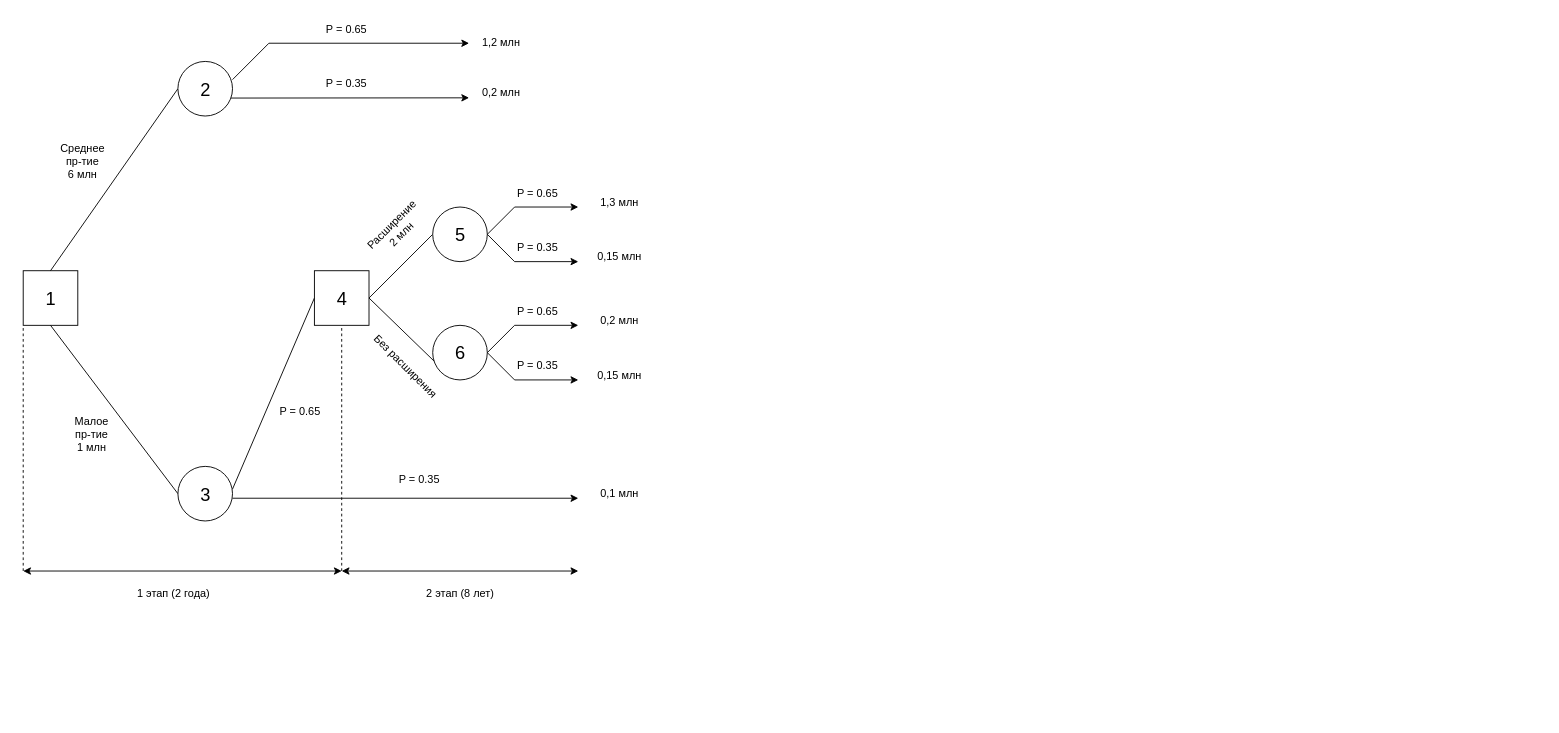
Before: Диаграмма без названия.drawio in evgeniy-strel/memoji, a draw.io diagram. Source tidied: cells renumbered, new cells numbered last; positions are measured from the earlier drawing's top-left corner, leaving out a move shared by most shapes. Both pictures are drawn from the tidied source at 91%, with x=0, y=0 at pixel (23, 15).
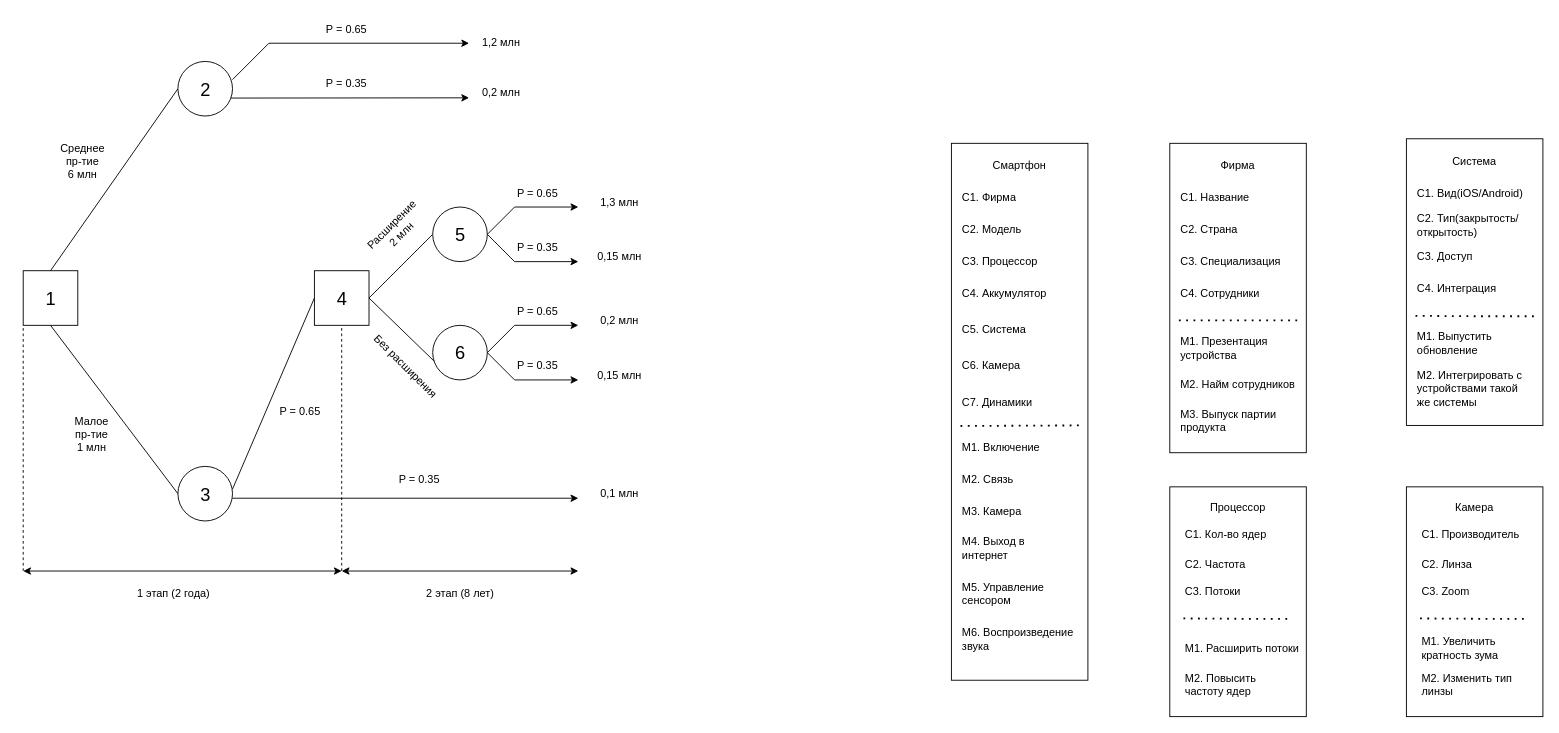
The same page after the edit.

What changed in the source:
```diff
@@
+    <mxCell id="51" style="rounded=0;whiteSpace=wrap;html=1;" parent="1" vertex="1">
+      <mxGeometry x="1020" y="140" width="150" height="590" as="geometry" />
+    </mxCell>
+    <mxCell id="52" value="Смартфон" style="text;html=1;strokeColor=none;fillColor=none;align=center;verticalAlign=middle;whiteSpace=wrap;rounded=0;" parent="1" vertex="1">
+      <mxGeometry x="1065" y="150" width="60" height="30" as="geometry" />
+    </mxCell>
+    <mxCell id="53" value="C1. Фирма" style="text;html=1;strokeColor=none;fillColor=none;align=left;verticalAlign=middle;whiteSpace=wrap;rounded=0;" parent="1" vertex="1">
+      <mxGeometry x="1030" y="185" width="90" height="30" as="geometry" />
+    </mxCell>
+    <mxCell id="54" value="C2. Модель" style="text;html=1;strokeColor=none;fillColor=none;align=left;verticalAlign=middle;whiteSpace=wrap;rounded=0;" parent="1" vertex="1">
+      <mxGeometry x="1030" y="220" width="90" height="30" as="geometry" />
+    </mxCell>
+    <mxCell id="55" value="C3. Процессор" style="text;html=1;strokeColor=none;fillColor=none;align=left;verticalAlign=middle;whiteSpace=wrap;rounded=0;" parent="1" vertex="1">
+      <mxGeometry x="1030" y="255" width="115" height="30" as="geometry" />
+    </mxCell>
+    <mxCell id="56" value="C5. Система" style="text;html=1;strokeColor=none;fillColor=none;align=left;verticalAlign=middle;whiteSpace=wrap;rounded=0;" parent="1" vertex="1">
+      <mxGeometry x="1030" y="330" width="115" height="30" as="geometry" />
+    </mxCell>
+    <mxCell id="57" value="C4. Аккумулятор" style="text;html=1;strokeColor=none;fillColor=none;align=left;verticalAlign=middle;whiteSpace=wrap;rounded=0;" parent="1" vertex="1">
+      <mxGeometry x="1030" y="290" width="115" height="30" as="geometry" />
+    </mxCell>
+    <mxCell id="58" value="C6. Камера" style="text;html=1;strokeColor=none;fillColor=none;align=left;verticalAlign=middle;whiteSpace=wrap;rounded=0;" parent="1" vertex="1">
+      <mxGeometry x="1030" y="370" width="115" height="30" as="geometry" />
+    </mxCell>
+    <mxCell id="59" value="C7. Динамики" style="text;html=1;strokeColor=none;fillColor=none;align=left;verticalAlign=middle;whiteSpace=wrap;rounded=0;" parent="1" vertex="1">
+      <mxGeometry x="1030" y="410" width="115" height="30" as="geometry" />
+    </mxCell>
+    <mxCell id="60" style="rounded=0;whiteSpace=wrap;html=1;" parent="1" vertex="1">
+      <mxGeometry x="1260" y="140" width="150" height="340" as="geometry" />
+    </mxCell>
+    <mxCell id="61" value="Фирма" style="text;html=1;strokeColor=none;fillColor=none;align=center;verticalAlign=middle;whiteSpace=wrap;rounded=0;" parent="1" vertex="1">
+      <mxGeometry x="1305" y="150" width="60" height="30" as="geometry" />
+    </mxCell>
+    <mxCell id="62" value="C1. Название" style="text;html=1;strokeColor=none;fillColor=none;align=left;verticalAlign=middle;whiteSpace=wrap;rounded=0;" parent="1" vertex="1">
+      <mxGeometry x="1270" y="185" width="90" height="30" as="geometry" />
+    </mxCell>
+    <mxCell id="63" value="C2. Страна" style="text;html=1;strokeColor=none;fillColor=none;align=left;verticalAlign=middle;whiteSpace=wrap;rounded=0;" parent="1" vertex="1">
+      <mxGeometry x="1270" y="220" width="90" height="30" as="geometry" />
+    </mxCell>
+    <mxCell id="64" value="C3. Специализация" style="text;html=1;strokeColor=none;fillColor=none;align=left;verticalAlign=middle;whiteSpace=wrap;rounded=0;" parent="1" vertex="1">
+      <mxGeometry x="1270" y="255" width="115" height="30" as="geometry" />
+    </mxCell>
+    <mxCell id="65" value="C4. Сотрудники" style="text;html=1;strokeColor=none;fillColor=none;align=left;verticalAlign=middle;whiteSpace=wrap;rounded=0;" parent="1" vertex="1">
+      <mxGeometry x="1270" y="290" width="130" height="30" as="geometry" />
+    </mxCell>
+    <mxCell id="66" value="M1. Презентация устройства" style="text;html=1;strokeColor=none;fillColor=none;align=left;verticalAlign=middle;whiteSpace=wrap;rounded=0;" parent="1" vertex="1">
+      <mxGeometry x="1270" y="350" width="130" height="30" as="geometry" />
+    </mxCell>
+    <mxCell id="67" value="M2. Найм сотрудников" style="text;html=1;strokeColor=none;fillColor=none;align=left;verticalAlign=middle;whiteSpace=wrap;rounded=0;" parent="1" vertex="1">
+      <mxGeometry x="1270" y="390" width="130" height="30" as="geometry" />
+    </mxCell>
+    <mxCell id="68" value="M3. Выпуск партии продукта&amp;nbsp;" style="text;html=1;strokeColor=none;fillColor=none;align=left;verticalAlign=middle;whiteSpace=wrap;rounded=0;" parent="1" vertex="1">
+      <mxGeometry x="1270" y="430" width="130" height="30" as="geometry" />
+    </mxCell>
+    <mxCell id="69" style="endArrow=none;dashed=1;html=1;dashPattern=1 3;strokeWidth=2;rounded=0;entryX=0.933;entryY=0.572;entryDx=0;entryDy=0;entryPerimeter=0;" parent="1" edge="1" target="60">
+      <mxGeometry relative="1" as="geometry">
+        <mxPoint x="1270" y="334.6" as="sourcePoint" />
+      </mxGeometry>
+    </mxCell>
+    <mxCell id="70" value="M1. Включение" style="text;html=1;strokeColor=none;fillColor=none;align=left;verticalAlign=middle;whiteSpace=wrap;rounded=0;" parent="1" vertex="1">
+      <mxGeometry x="1030" y="460" width="115" height="30" as="geometry" />
+    </mxCell>
+    <mxCell id="71" value="M2. Связь" style="text;html=1;strokeColor=none;fillColor=none;align=left;verticalAlign=middle;whiteSpace=wrap;rounded=0;" parent="1" vertex="1">
+      <mxGeometry x="1030" y="495" width="115" height="30" as="geometry" />
+    </mxCell>
+    <mxCell id="72" value="M3. Камера" style="text;html=1;strokeColor=none;fillColor=none;align=left;verticalAlign=middle;whiteSpace=wrap;rounded=0;" parent="1" vertex="1">
+      <mxGeometry x="1030" y="530" width="115" height="30" as="geometry" />
+    </mxCell>
+    <mxCell id="73" value="M4. Выход в интернет" style="text;html=1;strokeColor=none;fillColor=none;align=left;verticalAlign=middle;whiteSpace=wrap;rounded=0;" parent="1" vertex="1">
+      <mxGeometry x="1030" y="570" width="115" height="30" as="geometry" />
+    </mxCell>
+    <mxCell id="74" value="M5. Управление сенсором" style="text;html=1;strokeColor=none;fillColor=none;align=left;verticalAlign=middle;whiteSpace=wrap;rounded=0;" parent="1" vertex="1">
+      <mxGeometry x="1030" y="620" width="115" height="30" as="geometry" />
+    </mxCell>
+    <mxCell id="75" style="endArrow=none;dashed=1;html=1;dashPattern=1 3;strokeWidth=2;rounded=0;entryX=0.933;entryY=0.572;entryDx=0;entryDy=0;entryPerimeter=0;" parent="1" edge="1">
+      <mxGeometry relative="1" as="geometry">
+        <mxPoint x="1030" y="450.6" as="sourcePoint" />
+        <mxPoint x="1160" y="450" as="targetPoint" />
+      </mxGeometry>
+    </mxCell>
+    <mxCell id="76" style="rounded=0;whiteSpace=wrap;html=1;" parent="1" vertex="1">
+      <mxGeometry x="1520" y="135" width="150" height="315" as="geometry" />
+    </mxCell>
+    <mxCell id="77" value="Система" style="text;html=1;strokeColor=none;fillColor=none;align=center;verticalAlign=middle;whiteSpace=wrap;rounded=0;" parent="1" vertex="1">
+      <mxGeometry x="1565" y="145" width="60" height="30" as="geometry" />
+    </mxCell>
+    <mxCell id="78" value="C1. Вид(iOS/Android)" style="text;html=1;strokeColor=none;fillColor=none;align=left;verticalAlign=middle;whiteSpace=wrap;rounded=0;" parent="1" vertex="1">
+      <mxGeometry x="1530" y="180" width="120" height="30" as="geometry" />
+    </mxCell>
+    <mxCell id="79" value="C2. Тип(закрытость/открытость)" style="text;html=1;strokeColor=none;fillColor=none;align=left;verticalAlign=middle;whiteSpace=wrap;rounded=0;" parent="1" vertex="1">
+      <mxGeometry x="1530" y="215" width="130" height="30" as="geometry" />
+    </mxCell>
+    <mxCell id="80" value="C3. Доступ" style="text;html=1;strokeColor=none;fillColor=none;align=left;verticalAlign=middle;whiteSpace=wrap;rounded=0;" parent="1" vertex="1">
+      <mxGeometry x="1530" y="250" width="115" height="30" as="geometry" />
+    </mxCell>
+    <mxCell id="81" value="C4. Интеграция" style="text;html=1;strokeColor=none;fillColor=none;align=left;verticalAlign=middle;whiteSpace=wrap;rounded=0;" parent="1" vertex="1">
+      <mxGeometry x="1530" y="285" width="130" height="30" as="geometry" />
+    </mxCell>
+    <mxCell id="82" value="M1. Выпустить обновление" style="text;html=1;strokeColor=none;fillColor=none;align=left;verticalAlign=middle;whiteSpace=wrap;rounded=0;" parent="1" vertex="1">
+      <mxGeometry x="1530" y="345" width="130" height="30" as="geometry" />
+    </mxCell>
+    <mxCell id="83" value="M2. Интегрировать с устройствами такой же системы" style="text;html=1;strokeColor=none;fillColor=none;align=left;verticalAlign=middle;whiteSpace=wrap;rounded=0;" parent="1" vertex="1">
+      <mxGeometry x="1530" y="395" width="130" height="30" as="geometry" />
+    </mxCell>
+    <mxCell id="84" style="endArrow=none;dashed=1;html=1;dashPattern=1 3;strokeWidth=2;rounded=0;entryX=0.933;entryY=0.619;entryDx=0;entryDy=0;entryPerimeter=0;" parent="1" edge="1" target="76">
+      <mxGeometry relative="1" as="geometry">
+        <mxPoint x="1530" y="329.6" as="sourcePoint" />
+        <Array as="points">
+          <mxPoint x="1595" y="330" />
+        </Array>
+      </mxGeometry>
+    </mxCell>
+    <mxCell id="85" value="M6. Воспроизведение звука" style="text;html=1;strokeColor=none;fillColor=none;align=left;verticalAlign=middle;whiteSpace=wrap;rounded=0;" parent="1" vertex="1">
+      <mxGeometry x="1030" y="670" width="130" height="30" as="geometry" />
+    </mxCell>
+    <mxCell id="86" style="rounded=0;whiteSpace=wrap;html=1;" parent="1" vertex="1">
+      <mxGeometry x="1520" y="517.5" width="150" height="252.5" as="geometry" />
+    </mxCell>
+    <mxCell id="87" value="Камера" style="text;html=1;strokeColor=none;fillColor=none;align=center;verticalAlign=middle;whiteSpace=wrap;rounded=0;" parent="1" vertex="1">
+      <mxGeometry x="1565" y="525" width="60" height="30" as="geometry" />
+    </mxCell>
+    <mxCell id="88" value="C1. Производитель" style="text;html=1;strokeColor=none;fillColor=none;align=left;verticalAlign=middle;whiteSpace=wrap;rounded=0;" parent="1" vertex="1">
+      <mxGeometry x="1535" y="555" width="120" height="30" as="geometry" />
+    </mxCell>
+    <mxCell id="89" value="C2. Линза" style="text;html=1;strokeColor=none;fillColor=none;align=left;verticalAlign=middle;whiteSpace=wrap;rounded=0;" parent="1" vertex="1">
+      <mxGeometry x="1535" y="587.5" width="130" height="30" as="geometry" />
+    </mxCell>
+    <mxCell id="90" value="C3. Zoom" style="text;html=1;strokeColor=none;fillColor=none;align=left;verticalAlign=middle;whiteSpace=wrap;rounded=0;" parent="1" vertex="1">
+      <mxGeometry x="1535" y="617.5" width="115" height="30" as="geometry" />
+    </mxCell>
+    <mxCell id="91" value="M1. Увеличить кратность зума" style="text;html=1;strokeColor=none;fillColor=none;align=left;verticalAlign=middle;whiteSpace=wrap;rounded=0;" parent="1" vertex="1">
+      <mxGeometry x="1535" y="680" width="130" height="30" as="geometry" />
+    </mxCell>
+    <mxCell id="92" value="M2. Изменить тип линзы" style="text;html=1;strokeColor=none;fillColor=none;align=left;verticalAlign=middle;whiteSpace=wrap;rounded=0;" parent="1" vertex="1">
+      <mxGeometry x="1535" y="720" width="130" height="30" as="geometry" />
+    </mxCell>
+    <mxCell id="93" style="endArrow=none;dashed=1;html=1;dashPattern=1 3;strokeWidth=2;rounded=0;" parent="1" edge="1">
+      <mxGeometry relative="1" as="geometry">
+        <mxPoint x="1535" y="662.1" as="sourcePoint" />
+        <mxPoint x="1655" y="662.5" as="targetPoint" />
+        <Array as="points">
+          <mxPoint x="1600" y="662.5" />
+          <mxPoint x="1645" y="662.5" />
+        </Array>
+      </mxGeometry>
+    </mxCell>
+    <mxCell id="94" style="rounded=0;whiteSpace=wrap;html=1;" parent="1" vertex="1">
+      <mxGeometry x="1260" y="517.5" width="150" height="252.5" as="geometry" />
+    </mxCell>
+    <mxCell id="95" value="Процессор" style="text;html=1;strokeColor=none;fillColor=none;align=center;verticalAlign=middle;whiteSpace=wrap;rounded=0;" parent="1" vertex="1">
+      <mxGeometry x="1305" y="525" width="60" height="30" as="geometry" />
+    </mxCell>
+    <mxCell id="96" value="C1. Кол-во ядер" style="text;html=1;strokeColor=none;fillColor=none;align=left;verticalAlign=middle;whiteSpace=wrap;rounded=0;" parent="1" vertex="1">
+      <mxGeometry x="1275" y="555" width="120" height="30" as="geometry" />
+    </mxCell>
+    <mxCell id="97" value="C2. Частота" style="text;html=1;strokeColor=none;fillColor=none;align=left;verticalAlign=middle;whiteSpace=wrap;rounded=0;" parent="1" vertex="1">
+      <mxGeometry x="1275" y="587.5" width="130" height="30" as="geometry" />
+    </mxCell>
+    <mxCell id="98" value="C3. Потоки" style="text;html=1;strokeColor=none;fillColor=none;align=left;verticalAlign=middle;whiteSpace=wrap;rounded=0;" parent="1" vertex="1">
+      <mxGeometry x="1275" y="617.5" width="115" height="30" as="geometry" />
+    </mxCell>
+    <mxCell id="99" value="M1. Расширить потоки" style="text;html=1;strokeColor=none;fillColor=none;align=left;verticalAlign=middle;whiteSpace=wrap;rounded=0;" parent="1" vertex="1">
+      <mxGeometry x="1275" y="680" width="130" height="30" as="geometry" />
+    </mxCell>
+    <mxCell id="100" value="M2. Повысить частоту ядер" style="text;html=1;strokeColor=none;fillColor=none;align=left;verticalAlign=middle;whiteSpace=wrap;rounded=0;" parent="1" vertex="1">
+      <mxGeometry x="1275" y="720" width="125" height="30" as="geometry" />
+    </mxCell>
+    <mxCell id="101" style="endArrow=none;dashed=1;html=1;dashPattern=1 3;strokeWidth=2;rounded=0;" parent="1" edge="1">
+      <mxGeometry relative="1" as="geometry">
+        <mxPoint x="1275" y="662.1" as="sourcePoint" />
+        <mxPoint x="1395" y="662.5" as="targetPoint" />
+        <Array as="points">
+          <mxPoint x="1340" y="662.5" />
+          <mxPoint x="1385" y="662.5" />
+        </Array>
+      </mxGeometry>
+    </mxCell>
```
